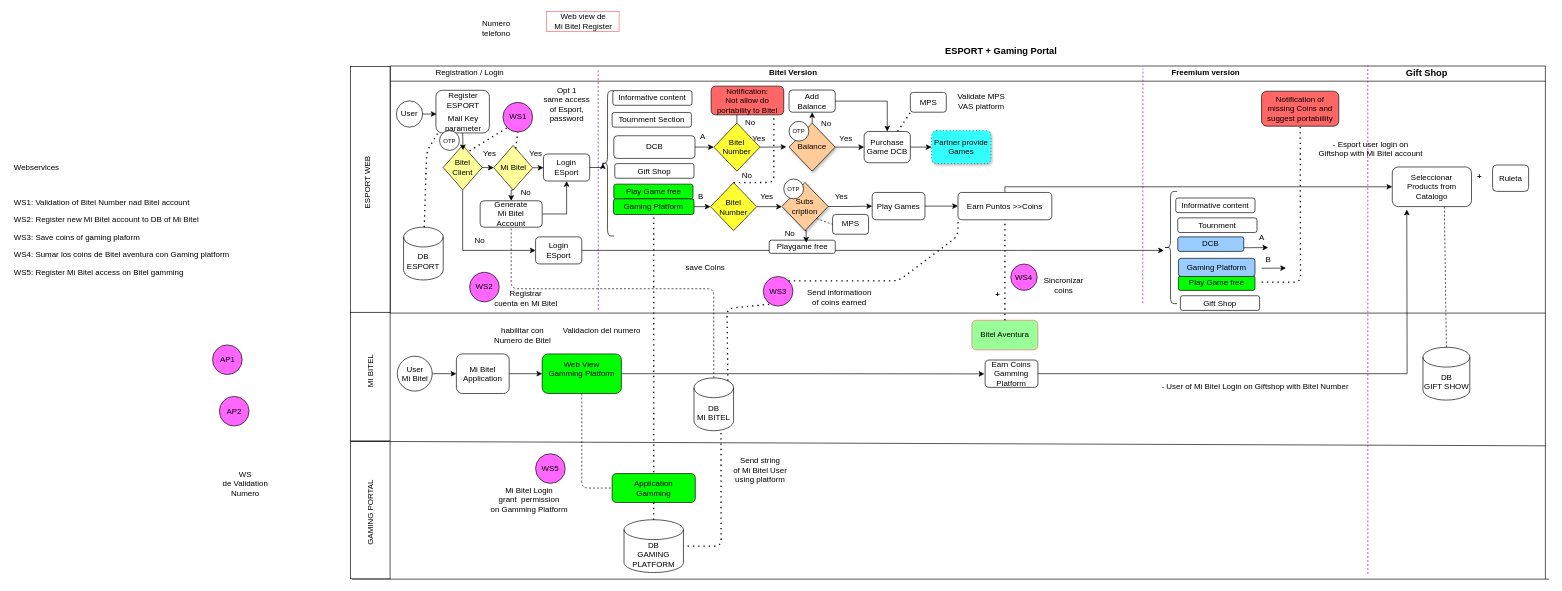
czevallos99/Ecommerce keeps this draw.io diagram as Mercado Libre /Esport and Bitel Gaming.drawio. Above is the earlier version. Source tidied: cells renumbered, new cells numbered last; positions are measured from the earlier drawing's top-left corner, leaving out a move shared by most shapes. Both pictures are drawn from the tidied source at 66%, with x=0, y=0 at pixel (11, 11).
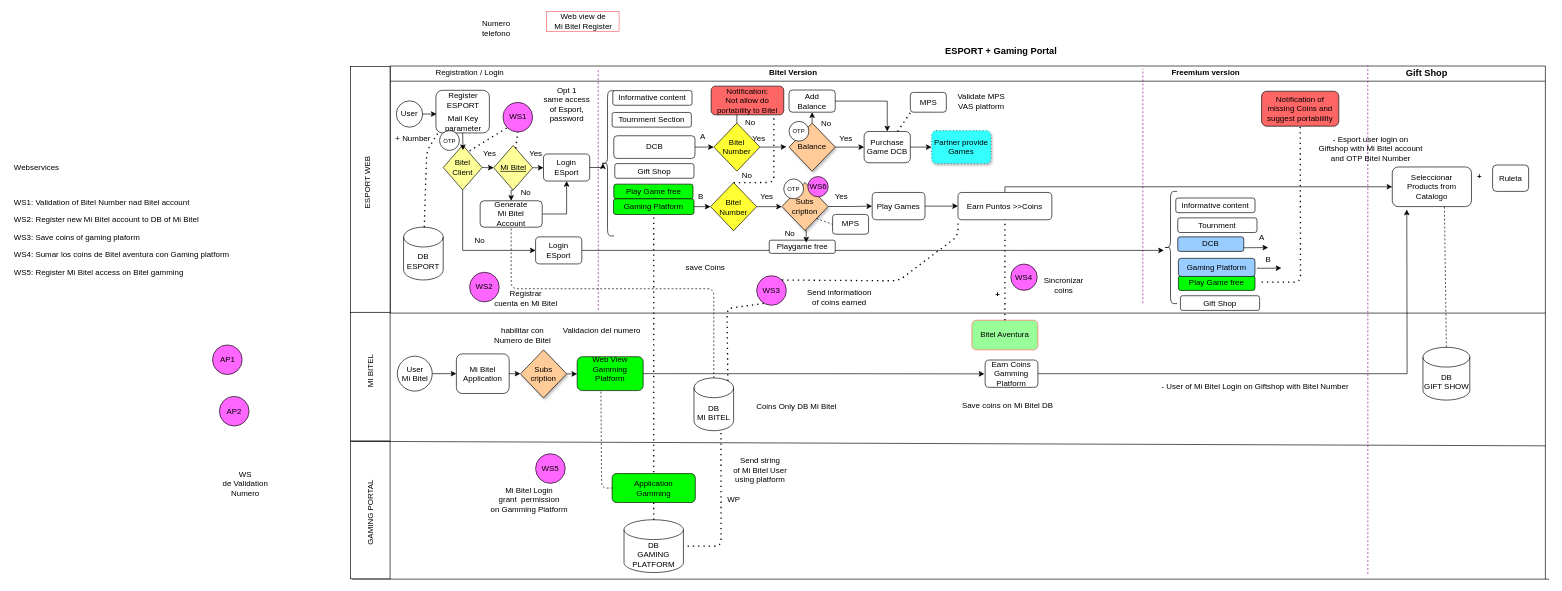
The same page after the edit.

Unchanged cells that the change refers to:
```xml
<mxCell id="2" style="swimlane;whiteSpace=wrap;startSize=23;" parent="1" vertex="1">
  <mxGeometry x="575" y="82.5" width="1750" height="374.4" as="geometry" />
</mxCell>
<mxCell id="125" value="&lt;div&gt;Mi Bitel&lt;/div&gt;&lt;div&gt;Application&lt;br&gt;&lt;/div&gt;" style="rounded=1;whiteSpace=wrap;html=1;shadow=0;fillColor=#FFFFFF;" parent="1" vertex="1">
  <mxGeometry x="675" y="518.7" width="80" height="60" as="geometry" />
</mxCell>
<mxCell id="140" value="&lt;div&gt;Application&lt;/div&gt;&lt;div&gt;Gamming&lt;br&gt;&lt;/div&gt;" style="rounded=1;whiteSpace=wrap;html=1;shadow=0;fillColor=#00FF00;" parent="1" vertex="1">
  <mxGeometry x="911" y="700" width="126" height="43.9" as="geometry" />
</mxCell>
```

The edit, as a diff of the source:
```diff
@@
-    <mxCell id="50" value="Mi Bitel" style="rhombus;whiteSpace=wrap;html=1;fillColor=#FFFF99;" parent="2" vertex="1">
+    <mxCell id="50" value="&lt;u&gt;Mi Bitel&lt;/u&gt;" style="rhombus;whiteSpace=wrap;html=1;fillColor=#FFFF99;" parent="2" vertex="1">
       <mxGeometry x="156.5" y="120.3" width="59" height="67.7" as="geometry" />
     </mxCell>
@@
     <mxCell id="75" value="WS3" style="ellipse;whiteSpace=wrap;html=1;fillColor=#FF66FF;" parent="2" vertex="1">
-      <mxGeometry x="565" y="318.9" width="44.9" height="44.9" as="geometry" />
+      <mxGeometry x="555" y="317.7" width="44.9" height="44.9" as="geometry" />
     </mxCell>
@@
-    <mxCell id="102" value="&lt;div&gt;- Esport user login on&lt;/div&gt;&lt;div&gt;Giftshop with Mi Bitel account&lt;br&gt;&lt;/div&gt;" style="text;html=1;align=center;verticalAlign=middle;strokeColor=none;" parent="2" vertex="1">
-      <mxGeometry x="1390" y="110" width="190" height="30" as="geometry" />
+    <mxCell id="102" value="&lt;div&gt;- Esport user login on&lt;/div&gt;&lt;div&gt;Giftshop with Mi Bitel account&lt;br&gt;&lt;/div&gt;&lt;div&gt;and OTP Bitel Number&lt;br&gt;&lt;/div&gt;" style="text;html=1;align=center;verticalAlign=middle;strokeColor=none;" parent="2" vertex="1">
+      <mxGeometry x="1390" y="100" width="190" height="50" as="geometry" />
     </mxCell>
@@
+    <mxCell id="157" value="+ Number" style="text;html=1;align=center;verticalAlign=middle;strokeColor=none;" parent="2" vertex="1">
+      <mxGeometry x="-1" y="100" width="70" height="20" as="geometry" />
+    </mxCell>
+    <mxCell id="158" value="WS6" style="ellipse;whiteSpace=wrap;html=1;fillColor=#FF66FF;" parent="2" vertex="1">
+      <mxGeometry x="632.5" y="167.5" width="30.8" height="30.8" as="geometry" />
+    </mxCell>
@@
-    <mxCell id="121" value="&lt;div&gt;Web View &lt;br&gt;&lt;/div&gt;&lt;div&gt;Gamming Platform&lt;/div&gt;&lt;div&gt;&lt;br&gt;&lt;/div&gt;" style="rounded=1;whiteSpace=wrap;html=1;shadow=0;fillColor=#00FF00;" parent="1" vertex="1">
-      <mxGeometry x="805" y="518.7" width="120" height="60" as="geometry" />
+    <mxCell id="121" value="&lt;div&gt;Web View &lt;br&gt;&lt;/div&gt;&lt;div&gt;Gamming &lt;br&gt;&lt;/div&gt;&lt;div&gt;Platform&lt;/div&gt;&lt;div&gt;&lt;br&gt;&lt;/div&gt;" style="rounded=1;whiteSpace=wrap;html=1;shadow=0;fillColor=#00FF00;" parent="1" vertex="1">
+      <mxGeometry x="858" y="523" width="100" height="51.3" as="geometry" />
     </mxCell>
@@
-    <mxCell id="124" style="edgeStyle=orthogonalEdgeStyle;rounded=0;jettySize=auto;html=1;exitX=1;exitY=0.5;exitDx=0;exitDy=0;entryX=0;entryY=0.5;entryDx=0;entryDy=0;" parent="1" edge="1" source="125" target="121">
+    <mxCell id="124" style="edgeStyle=orthogonalEdgeStyle;rounded=0;jettySize=auto;html=1;exitX=1;exitY=0.5;exitDx=0;exitDy=0;entryX=0;entryY=0.5;entryDx=0;entryDy=0;" parent="1" edge="1" source="161" target="121">
       <mxGeometry relative="1" as="geometry" />
     </mxCell>
@@
-    <mxCell id="127" style="endArrow=none;dashed=1;html=1;exitX=0.5;exitY=1;exitDx=0;exitDy=0;entryX=0;entryY=0.5;entryDx=0;entryDy=0;" parent="1" edge="1" source="121" target="140">
+    <mxCell id="127" style="endArrow=none;dashed=1;html=1;exitX=0.36;exitY=1.032;exitDx=0;exitDy=0;entryX=0;entryY=0.5;entryDx=0;entryDy=0;exitPerimeter=0;" parent="1" edge="1" source="121" target="140">
       <mxGeometry relative="1" as="geometry">
         <Array as="points">
-          <mxPoint x="865" y="722" />
+          <mxPoint x="895" y="722" />
         </Array>
       </mxGeometry>
     </mxCell>
@@
     <mxCell id="153" style="endArrow=classic;html=1;entryX=1;entryY=1.232;entryDx=0;entryDy=0;entryPerimeter=0;exitX=1;exitY=0.75;exitDx=0;exitDy=0;" parent="1" edge="1">
       <mxGeometry relative="1" as="geometry">
-        <mxPoint x="1895" y="388.9" as="sourcePoint" />
-        <mxPoint x="1932" y="388.7" as="targetPoint" />
+        <mxPoint x="1888" y="388.9" as="sourcePoint" />
+        <mxPoint x="1925" y="388.7" as="targetPoint" />
+        <Array as="points">
+          <mxPoint x="1898" y="389" />
+        </Array>
       </mxGeometry>
     </mxCell>
@@
+    <mxCell id="159" value="WP" style="text;html=1;align=center;verticalAlign=middle;strokeColor=none;" parent="1" vertex="1">
+      <mxGeometry x="1075" y="730" width="40" height="20" as="geometry" />
+    </mxCell>
+    <mxCell id="160" value="&lt;div&gt;Save coins on Mi Bitel DB&lt;/div&gt;&lt;div&gt;&lt;br&gt;&lt;/div&gt;" style="text;html=1;align=center;verticalAlign=middle;strokeColor=none;" parent="1" vertex="1">
+      <mxGeometry x="1425" y="588.7" width="170" height="30" as="geometry" />
+    </mxCell>
+    <mxCell id="161" value="&lt;div&gt;Subs&lt;/div&gt;&lt;div&gt;cription&lt;/div&gt;" style="rhombus;whiteSpace=wrap;html=1;fillColor=#FFCC99;shadow=1;" parent="1" vertex="1">
+      <mxGeometry x="772" y="512.6" width="70" height="72.8" as="geometry" />
+    </mxCell>
+    <mxCell id="162" style="edgeStyle=orthogonalEdgeStyle;rounded=0;jettySize=auto;html=1;exitX=1;exitY=0.5;exitDx=0;exitDy=0;entryX=0;entryY=0.5;entryDx=0;entryDy=0;" parent="1" edge="1" source="125" target="161">
+      <mxGeometry relative="1" as="geometry" />
+    </mxCell>
+    <mxCell id="163" value="Coins Only DB Mi Bitel" style="text;html=1;align=center;verticalAlign=middle;strokeColor=none;" parent="1" vertex="1">
+      <mxGeometry x="1115" y="588.7" width="150" height="20" as="geometry" />
+    </mxCell>
```
